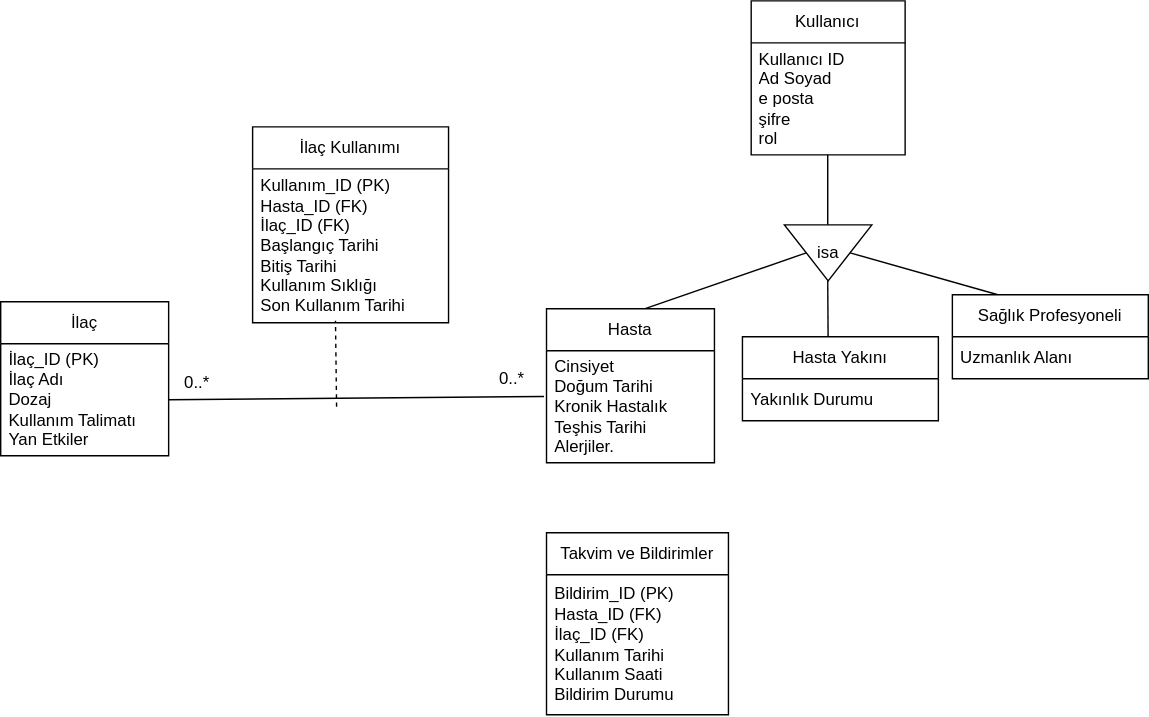
Earlier version of the draw.io export er_diagram.drawio.svg (Veri-Tabani-Grubu/donem_projesi). Source tidied: cells renumbered, new cells last; positions are measured from the earlier drawing's top-left corner, leaving out a move shared by most shapes.
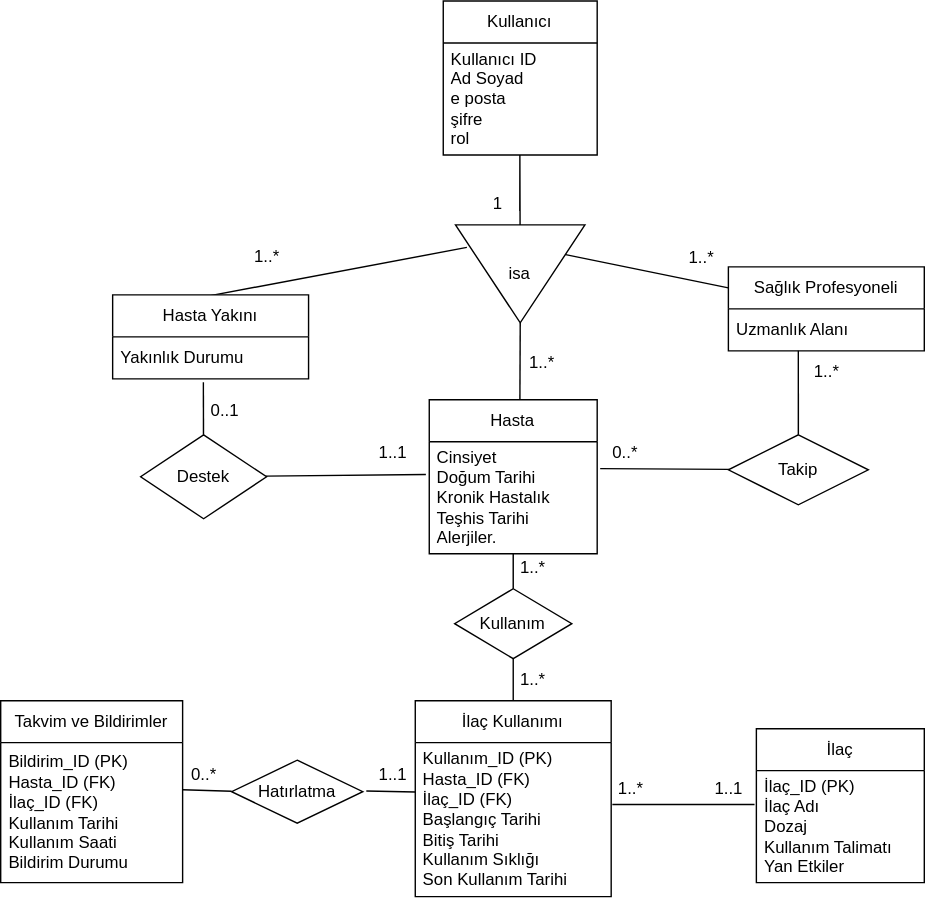
The same file after the commit.

Change to the diagram source:
```diff
@@ -2,84 +2,160 @@
   <root>
     <mxCell id="0" />
     <mxCell id="1" parent="0" />
-    <mxCell id="2" value="isa" style="triangle;whiteSpace=wrap;html=1;direction=south;" parent="1" vertex="1">
-      <mxGeometry x="560" y="160" width="62.5" height="40" as="geometry" />
-    </mxCell>
-    <mxCell id="3" style="endArrow=none;html=1;rounded=0;" parent="1" edge="1">
+    <mxCell id="3" style="endArrow=none;html=1;rounded=0;" parent="1" edge="1" source="2">
       <mxGeometry relative="1" as="geometry">
-        <mxPoint x="591" y="160" as="sourcePoint" />
         <mxPoint x="590.9" y="110" as="targetPoint" />
+        <Array as="points">
+          <mxPoint x="591" y="70" />
+        </Array>
       </mxGeometry>
     </mxCell>
-    <mxCell id="4" style="endArrow=none;html=1;rounded=0;exitX=0.5;exitY=0;exitDx=0;exitDy=0;entryX=0.432;entryY=0.001;entryDx=0;entryDy=0;entryPerimeter=0;" parent="1" edge="1" source="2">
-      <mxGeometry relative="1" as="geometry">
-        <mxPoint x="713.2" y="210.1" as="targetPoint" />
-      </mxGeometry>
+    <mxCell id="4" style="endArrow=none;html=1;rounded=0;exitX=0.299;exitY=0.168;exitDx=0;exitDy=0;entryX=0;entryY=0.25;entryDx=0;entryDy=0;exitPerimeter=0;" parent="1" edge="1" source="2" target="13">
+      <mxGeometry relative="1" as="geometry" />
     </mxCell>
-    <mxCell id="5" style="endArrow=none;html=1;rounded=0;entryX=0.5;entryY=1;entryDx=0;entryDy=0;exitX=0.583;exitY=0;exitDx=0;exitDy=0;exitPerimeter=0;" parent="1" edge="1" source="9" target="2">
-      <mxGeometry relative="1" as="geometry" />
+    <mxCell id="5" style="endArrow=none;html=1;rounded=0;entryX=1;entryY=0.5;entryDx=0;entryDy=0;" parent="1" edge="1" target="2">
+      <mxGeometry relative="1" as="geometry">
+        <mxPoint x="591" y="250" as="sourcePoint" />
+      </mxGeometry>
     </mxCell>
-    <mxCell id="6" style="endArrow=none;html=1;rounded=0;exitX=0.5;exitY=0;exitDx=0;exitDy=0;" parent="1" edge="1">
-      <mxGeometry relative="1" as="geometry">
-        <mxPoint x="591.3" y="245" as="sourcePoint" />
-        <mxPoint x="590.9" y="200" as="targetPoint" />
-      </mxGeometry>
+    <mxCell id="6" style="endArrow=none;html=1;rounded=0;exitX=0.445;exitY=0.033;exitDx=0;exitDy=0;exitPerimeter=0;entryX=0.23;entryY=0.912;entryDx=0;entryDy=0;entryPerimeter=0;" parent="1" edge="1" source="11" target="2">
+      <mxGeometry relative="1" as="geometry" />
     </mxCell>
     <mxCell id="7" value="Kullanıcı" style="swimlane;fontStyle=0;horizontal=1;startSize=30;whiteSpace=wrap;html=1;" parent="1" vertex="1">
-      <mxGeometry x="536.2" width="110" height="110" as="geometry" />
+      <mxGeometry x="536.2" y="-40" width="110" height="110" as="geometry" />
     </mxCell>
     <mxCell id="8" value="&lt;div&gt;Kullanıcı ID&lt;/div&gt;&lt;div&gt;Ad Soyad&lt;/div&gt;&lt;div&gt;e posta&lt;/div&gt;&lt;div&gt;şifre&lt;/div&gt;&lt;div&gt;rol&lt;/div&gt;" style="text;strokeColor=none;fillColor=none;align=left;verticalAlign=middle;spacingLeft=4;spacingRight=4;overflow=hidden;whiteSpace=wrap;html=1;" parent="7" vertex="1">
       <mxGeometry y="30" width="110" height="80" as="geometry" />
     </mxCell>
     <mxCell id="9" value="Hasta" style="swimlane;fontStyle=0;horizontal=1;startSize=30;whiteSpace=wrap;html=1;" parent="1" vertex="1">
-      <mxGeometry x="390" y="220" width="120" height="110" as="geometry" />
+      <mxGeometry x="526.2" y="245" width="120" height="110" as="geometry" />
     </mxCell>
     <mxCell id="10" value="&lt;div&gt;Cinsiyet&amp;nbsp;&lt;/div&gt;&lt;div&gt;Doğum Tarihi&lt;div&gt;Kronik Hastalık Teşhis Tarihi Alerjiler.&lt;/div&gt;&lt;/div&gt;" style="text;strokeColor=none;fillColor=none;align=left;verticalAlign=middle;spacingLeft=4;spacingRight=4;overflow=hidden;points=[[0,0.5],[1,0.5]];portConstraint=eastwest;whiteSpace=wrap;html=1;" parent="9" vertex="1">
       <mxGeometry y="30" width="120" height="80" as="geometry" />
     </mxCell>
     <mxCell id="11" value="Hasta Yakını" style="swimlane;fontStyle=0;horizontal=1;startSize=30;whiteSpace=wrap;html=1;" parent="1" vertex="1">
-      <mxGeometry x="530" y="240" width="140" height="60" as="geometry" />
+      <mxGeometry x="300" y="170" width="140" height="60" as="geometry" />
     </mxCell>
     <mxCell id="12" value="Yakınlık Durumu" style="text;strokeColor=none;fillColor=none;align=left;verticalAlign=middle;spacingLeft=4;spacingRight=4;overflow=hidden;points=[[0,0.5],[1,0.5]];portConstraint=eastwest;whiteSpace=wrap;html=1;" parent="11" vertex="1">
       <mxGeometry y="30" width="140" height="30" as="geometry" />
     </mxCell>
     <mxCell id="13" value="Sağlık Profesyoneli" style="swimlane;fontStyle=0;horizontal=1;startSize=30;whiteSpace=wrap;html=1;" parent="1" vertex="1">
-      <mxGeometry x="680" y="210" width="140" height="60" as="geometry" />
+      <mxGeometry x="740" y="150" width="140" height="60" as="geometry" />
     </mxCell>
     <mxCell id="14" value="Uzmanlık Alanı" style="text;strokeColor=none;fillColor=none;align=left;verticalAlign=middle;spacingLeft=4;spacingRight=4;overflow=hidden;points=[[0,0.5],[1,0.5]];portConstraint=eastwest;whiteSpace=wrap;html=1;" parent="13" vertex="1">
       <mxGeometry y="30" width="140" height="30" as="geometry" />
     </mxCell>
     <mxCell id="15" value="İlaç" style="swimlane;fontStyle=0;horizontal=1;startSize=30;whiteSpace=wrap;html=1;" parent="1" vertex="1">
-      <mxGeometry y="215" width="120" height="110" as="geometry" />
+      <mxGeometry x="760" y="480" width="120" height="110" as="geometry" />
     </mxCell>
     <mxCell id="16" value="İlaç_ID (PK)&amp;nbsp;&lt;div&gt;İlaç Adı&amp;nbsp;&lt;/div&gt;&lt;div&gt;Dozaj&amp;nbsp;&lt;/div&gt;&lt;div&gt;Kullanım Talimatı&amp;nbsp;&lt;/div&gt;&lt;div&gt;Yan Etkiler&lt;/div&gt;" style="text;strokeColor=none;fillColor=none;align=left;verticalAlign=middle;spacingLeft=4;spacingRight=4;overflow=hidden;points=[[0,0.5],[1,0.5]];portConstraint=eastwest;whiteSpace=wrap;html=1;" parent="15" vertex="1">
       <mxGeometry y="30" width="120" height="80" as="geometry" />
     </mxCell>
     <mxCell id="17" value="İlaç Kullanımı" style="swimlane;fontStyle=0;horizontal=1;startSize=30;whiteSpace=wrap;html=1;" parent="1" vertex="1">
-      <mxGeometry x="180" y="90" width="140" height="140" as="geometry" />
+      <mxGeometry x="516.2" y="460" width="140" height="140" as="geometry" />
     </mxCell>
     <mxCell id="18" value="Kullanım_ID (PK)&lt;div&gt;Hasta_ID (FK)&lt;/div&gt;&lt;div&gt;İlaç_ID (FK)&amp;nbsp;&lt;/div&gt;&lt;div&gt;Başlangıç Tarihi&lt;/div&gt;&lt;div&gt;Bitiş Tarihi&amp;nbsp;&lt;/div&gt;&lt;div&gt;Kullanım Sıklığı&amp;nbsp;&lt;/div&gt;&lt;div&gt;Son Kullanım Tarihi&lt;/div&gt;" style="text;strokeColor=none;fillColor=none;align=left;verticalAlign=middle;spacingLeft=4;spacingRight=4;overflow=hidden;points=[[0,0.5],[1,0.5]];portConstraint=eastwest;whiteSpace=wrap;html=1;" parent="17" vertex="1">
       <mxGeometry y="30" width="140" height="110" as="geometry" />
     </mxCell>
     <mxCell id="19" value="Takvim ve Bildirimler" style="swimlane;fontStyle=0;horizontal=1;startSize=30;whiteSpace=wrap;html=1;" parent="1" vertex="1">
-      <mxGeometry x="390" y="380" width="130" height="130" as="geometry" />
+      <mxGeometry x="220" y="460" width="130" height="130" as="geometry" />
     </mxCell>
     <mxCell id="20" value="Bildirim_ID (PK)&lt;div&gt;Hasta_ID (FK)&lt;/div&gt;&lt;div&gt;İlaç_ID (FK)&lt;/div&gt;&lt;div&gt;Kullanım Tarihi&amp;nbsp;&lt;/div&gt;&lt;div&gt;Kullanım Saati&lt;/div&gt;&lt;div&gt;Bildirim Durumu&lt;/div&gt;" style="text;strokeColor=none;fillColor=none;align=left;verticalAlign=middle;spacingLeft=4;spacingRight=4;overflow=hidden;points=[[0,0.5],[1,0.5]];portConstraint=eastwest;whiteSpace=wrap;html=1;" parent="19" vertex="1">
       <mxGeometry y="30" width="130" height="100" as="geometry" />
     </mxCell>
-    <mxCell id="21" style="endArrow=none;dashed=1;html=1;rounded=0;entryX=0.423;entryY=0.986;entryDx=0;entryDy=0;entryPerimeter=0;" parent="1" edge="1" target="18">
-      <mxGeometry relative="1" as="geometry">
-        <mxPoint x="240" y="290" as="sourcePoint" />
-      </mxGeometry>
-    </mxCell>
-    <mxCell id="22" style="endArrow=none;html=1;rounded=0;entryX=-0.015;entryY=0.408;entryDx=0;entryDy=0;exitX=1;exitY=0.5;exitDx=0;exitDy=0;entryPerimeter=0;" parent="1" edge="1" source="16" target="10">
-      <mxGeometry relative="1" as="geometry" />
-    </mxCell>
-    <mxCell id="23" value="0..*" style="text;html=1;align=center;verticalAlign=middle;strokeColor=none;fillColor=none;" parent="1" vertex="1">
-      <mxGeometry x="120" y="258" width="40" height="30" as="geometry" />
-    </mxCell>
-    <mxCell id="24" value="0..*" style="text;html=1;align=center;verticalAlign=middle;strokeColor=none;fillColor=none;" parent="1" vertex="1">
-      <mxGeometry x="345" y="255" width="40" height="30" as="geometry" />
-    </mxCell>
+    <mxCell id="25" style="endArrow=none;html=1;rounded=0;entryX=1.006;entryY=0.402;entryDx=0;entryDy=0;entryPerimeter=0;exitX=-0.011;exitY=0.302;exitDx=0;exitDy=0;exitPerimeter=0;" parent="1" edge="1" source="16" target="18">
+      <mxGeometry relative="1" as="geometry" />
+    </mxCell>
+    <mxCell id="26" style="endArrow=none;html=1;rounded=0;exitX=0.5;exitY=0;exitDx=0;exitDy=0;" parent="1" edge="1" source="17" target="35">
+      <mxGeometry relative="1" as="geometry" />
+    </mxCell>
+    <mxCell id="27" style="endArrow=none;html=1;rounded=0;exitX=1;exitY=0.336;exitDx=0;exitDy=0;exitPerimeter=0;" parent="1" edge="1" source="20">
+      <mxGeometry relative="1" as="geometry">
+        <mxPoint x="385" y="524.7" as="targetPoint" />
+      </mxGeometry>
+    </mxCell>
+    <mxCell id="28" style="endArrow=none;html=1;rounded=0;" parent="1" edge="1" target="2">
+      <mxGeometry relative="1" as="geometry">
+        <mxPoint x="591" y="160" as="sourcePoint" />
+      </mxGeometry>
+    </mxCell>
+    <mxCell id="2" value="isa" style="triangle;whiteSpace=wrap;html=1;direction=south;" parent="1" vertex="1">
+      <mxGeometry x="545" y="120" width="92.5" height="70" as="geometry" />
+    </mxCell>
+    <mxCell id="29" style="endArrow=none;html=1;rounded=0;entryX=0.463;entryY=1.084;entryDx=0;entryDy=0;entryPerimeter=0;" parent="1" edge="1" source="31" target="12">
+      <mxGeometry relative="1" as="geometry" />
+    </mxCell>
+    <mxCell id="30" style="endArrow=none;html=1;rounded=0;entryX=0.357;entryY=1;entryDx=0;entryDy=0;entryPerimeter=0;" parent="1" edge="1" source="33" target="14">
+      <mxGeometry relative="1" as="geometry" />
+    </mxCell>
+    <mxCell id="31" value="Destek" style="shape=rhombus;perimeter=rhombusPerimeter;whiteSpace=wrap;html=1;align=center;" parent="1" vertex="1">
+      <mxGeometry x="320" y="270" width="90" height="60" as="geometry" />
+    </mxCell>
+    <mxCell id="32" style="endArrow=none;html=1;rounded=0;exitX=-0.02;exitY=0.292;exitDx=0;exitDy=0;exitPerimeter=0;" parent="1" edge="1" source="10" target="31">
+      <mxGeometry relative="1" as="geometry" />
+    </mxCell>
+    <mxCell id="33" value="Takip" style="shape=rhombus;perimeter=rhombusPerimeter;whiteSpace=wrap;html=1;align=center;" parent="1" vertex="1">
+      <mxGeometry x="740" y="270" width="100" height="50" as="geometry" />
+    </mxCell>
+    <mxCell id="34" style="endArrow=none;html=1;rounded=0;exitX=1.018;exitY=0.24;exitDx=0;exitDy=0;exitPerimeter=0;" parent="1" edge="1" source="10" target="33">
+      <mxGeometry relative="1" as="geometry" />
+    </mxCell>
+    <mxCell id="35" value="Kullanım" style="shape=rhombus;perimeter=rhombusPerimeter;whiteSpace=wrap;html=1;align=center;" parent="1" vertex="1">
+      <mxGeometry x="544.4" y="380" width="83.8" height="50" as="geometry" />
+    </mxCell>
+    <mxCell id="36" style="endArrow=none;html=1;rounded=0;exitX=0.5;exitY=0;exitDx=0;exitDy=0;" parent="1" edge="1" source="35" target="10">
+      <mxGeometry relative="1" as="geometry" />
+    </mxCell>
+    <mxCell id="37" value="Hatırlatma" style="shape=rhombus;perimeter=rhombusPerimeter;whiteSpace=wrap;html=1;align=center;" parent="1" vertex="1">
+      <mxGeometry x="385" y="502.5" width="93.8" height="45" as="geometry" />
+    </mxCell>
+    <mxCell id="38" style="endArrow=none;html=1;rounded=0;exitX=1;exitY=0.336;exitDx=0;exitDy=0;exitPerimeter=0;" parent="1" edge="1">
+      <mxGeometry relative="1" as="geometry">
+        <mxPoint x="481.2" y="524.6" as="sourcePoint" />
+        <mxPoint x="516.2" y="525.3" as="targetPoint" />
+      </mxGeometry>
+    </mxCell>
+    <mxCell id="39" value="0..1" style="text;html=1;align=center;verticalAlign=middle;strokeColor=none;fillColor=none;" parent="1" vertex="1">
+      <mxGeometry x="360" y="238" width="40" height="30" as="geometry" />
+    </mxCell>
+    <mxCell id="40" value="1..1" style="text;html=1;align=center;verticalAlign=middle;strokeColor=none;fillColor=none;" parent="1" vertex="1">
+      <mxGeometry x="480" y="268" width="40" height="30" as="geometry" />
+    </mxCell>
+    <mxCell id="41" value="1..*" style="text;html=1;align=center;verticalAlign=middle;strokeColor=none;fillColor=none;" parent="1" vertex="1">
+      <mxGeometry x="580" y="350" width="40" height="30" as="geometry" />
+    </mxCell>
+    <mxCell id="42" value="1..*" style="text;html=1;align=center;verticalAlign=middle;strokeColor=none;fillColor=none;" parent="1" vertex="1">
+      <mxGeometry x="580" y="430" width="40" height="30" as="geometry" />
+    </mxCell>
+    <mxCell id="43" value="1..*" style="text;html=1;align=center;verticalAlign=middle;strokeColor=none;fillColor=none;" parent="1" vertex="1">
+      <mxGeometry x="790" y="210" width="40" height="30" as="geometry" />
+    </mxCell>
+    <mxCell id="44" value="0..*" style="text;html=1;align=center;verticalAlign=middle;strokeColor=none;fillColor=none;" parent="1" vertex="1">
+      <mxGeometry x="646.2" y="268" width="40" height="30" as="geometry" />
+    </mxCell>
+    <mxCell id="45" value="1..1" style="text;html=1;align=center;verticalAlign=middle;strokeColor=none;fillColor=none;" parent="1" vertex="1">
+      <mxGeometry x="480" y="498" width="40" height="30" as="geometry" />
+    </mxCell>
+    <mxCell id="46" value="0..*" style="text;html=1;align=center;verticalAlign=middle;strokeColor=none;fillColor=none;" parent="1" vertex="1">
+      <mxGeometry x="345" y="498" width="40" height="30" as="geometry" />
+    </mxCell>
+    <mxCell id="47" value="1..*" style="text;html=1;align=center;verticalAlign=middle;strokeColor=none;fillColor=none;" parent="1" vertex="1">
+      <mxGeometry x="650" y="508" width="40" height="30" as="geometry" />
+    </mxCell>
+    <mxCell id="48" value="1..1" style="text;html=1;align=center;verticalAlign=middle;strokeColor=none;fillColor=none;" parent="1" vertex="1">
+      <mxGeometry x="720" y="508" width="40" height="30" as="geometry" />
+    </mxCell>
+    <mxCell id="49" value="1" style="text;html=1;align=center;verticalAlign=middle;strokeColor=none;fillColor=none;" parent="1" vertex="1">
+      <mxGeometry x="560" y="90" width="30" height="30" as="geometry" />
+    </mxCell>
+    <mxCell id="50" value="1..*" style="text;html=1;align=center;verticalAlign=middle;strokeColor=none;fillColor=none;" parent="1" vertex="1">
+      <mxGeometry x="390" y="128" width="40" height="30" as="geometry" />
+    </mxCell>
+    <mxCell id="51" value="1..*" style="text;whiteSpace=wrap;html=1;" parent="1" vertex="1">
+      <mxGeometry x="596.2" y="205" width="50" height="40" as="geometry" />
+    </mxCell>
+    <mxCell id="52" value="1..*" style="text;whiteSpace=wrap;html=1;" parent="1" vertex="1">
+      <mxGeometry x="710" y="130" width="50" height="40" as="geometry" />
+    </mxCell>
   </root>
 </mxGraphModel>
```
